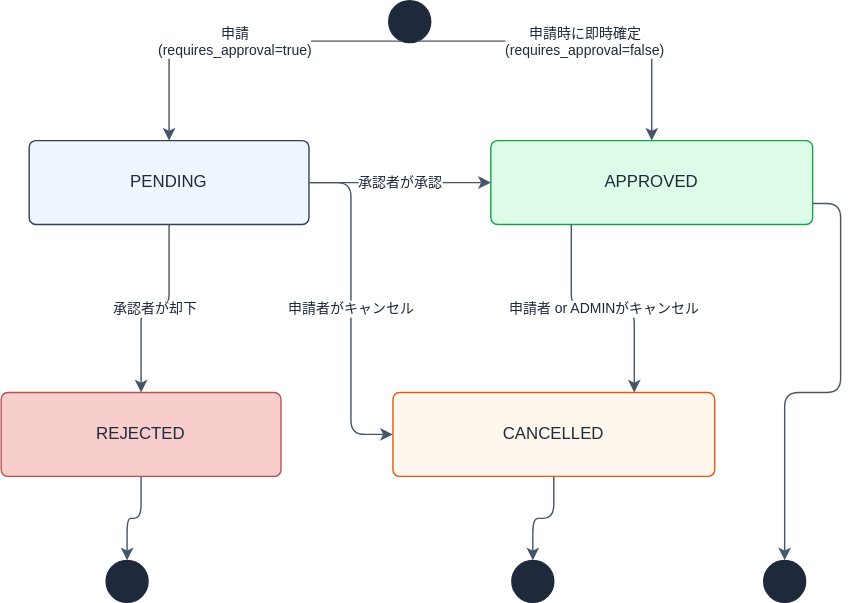
Before: Docs/diagrams/spec/requirements-reservation-status.drawio.svg, a diagram exported from draw.io (CHS-Training-Org/ai_training_for_chuo_system). Source tidied: cells renumbered, new cells last; positions are measured from the earlier drawing's top-left corner, leaving out a move shared by most shapes. Its diagram source:
```xml
<mxGraphModel>
  <root>
    <mxCell id="0" />
    <mxCell id="1" parent="0" />
    <mxCell id="2" style="ellipse;fillColor=#1E293B;strokeColor=#1E293B;" parent="1" vertex="1">
      <mxGeometry x="277" width="30" height="30" as="geometry" />
    </mxCell>
    <mxCell id="3" value="PENDING" style="rounded=1;whiteSpace=wrap;html=1;fillColor=#EFF6FF;strokeColor=#334155;fontColor=#1E293B;arcSize=8;" parent="1" vertex="1">
      <mxGeometry x="20" y="100" width="200" height="60" as="geometry" />
    </mxCell>
    <mxCell id="4" value="APPROVED" style="rounded=1;whiteSpace=wrap;html=1;fillColor=#DCFCE7;strokeColor=#16A34A;fontColor=#1E293B;arcSize=8;" parent="1" vertex="1">
      <mxGeometry x="350" y="100" width="230" height="60" as="geometry" />
    </mxCell>
    <mxCell id="5" value="REJECTED" style="rounded=1;whiteSpace=wrap;html=1;fillColor=#f8cecc;strokeColor=#b85450;fontColor=#1E293B;arcSize=8;" parent="1" vertex="1">
      <mxGeometry y="280" width="200" height="60" as="geometry" />
    </mxCell>
    <mxCell id="6" value="CANCELLED" style="rounded=1;whiteSpace=wrap;html=1;fillColor=#FFF7ED;strokeColor=#EA580C;fontColor=#1E293B;arcSize=8;" parent="1" vertex="1">
      <mxGeometry x="280" y="280" width="230" height="60" as="geometry" />
    </mxCell>
    <mxCell id="7" style="ellipse;fillColor=#1E293B;strokeColor=#1E293B;" parent="1" vertex="1">
      <mxGeometry x="545" y="400" width="30" height="30" as="geometry" />
    </mxCell>
    <mxCell id="8" style="ellipse;fillColor=#1E293B;strokeColor=#1E293B;" parent="1" vertex="1">
      <mxGeometry x="75" y="400" width="30" height="30" as="geometry" />
    </mxCell>
    <mxCell id="9" style="ellipse;fillColor=#1E293B;strokeColor=#1E293B;" parent="1" vertex="1">
      <mxGeometry x="365" y="400" width="30" height="30" as="geometry" />
    </mxCell>
    <mxCell id="10" value="申請&#10;(requires_approval=true)" style="edgeStyle=orthogonalEdgeStyle;rounded=1;jettySize=auto;html=1;strokeColor=#475569;fontColor=#1E293B;fontSize=10;exitX=0.3;exitY=1;exitDx=0;exitDy=0;entryX=0.5;entryY=0;entryDx=0;entryDy=0;" parent="1" edge="1" source="2" target="3">
      <mxGeometry relative="1" as="geometry" />
    </mxCell>
    <mxCell id="11" value="申請時に即時確定&#10;(requires_approval=false)" style="edgeStyle=orthogonalEdgeStyle;rounded=1;jettySize=auto;html=1;strokeColor=#475569;fontColor=#1E293B;fontSize=10;exitX=0.7;exitY=1;exitDx=0;exitDy=0;entryX=0.5;entryY=0;entryDx=0;entryDy=0;" parent="1" edge="1" source="2" target="4">
      <mxGeometry relative="1" as="geometry" />
    </mxCell>
    <mxCell id="12" value="承認者が承認" style="edgeStyle=orthogonalEdgeStyle;rounded=1;jettySize=auto;html=1;strokeColor=#475569;fontColor=#1E293B;fontSize=10;exitX=1;exitY=0.5;exitDx=0;exitDy=0;entryX=0;entryY=0.5;entryDx=0;entryDy=0;" parent="1" edge="1" source="3" target="4">
      <mxGeometry relative="1" as="geometry" />
    </mxCell>
    <mxCell id="13" value="承認者が却下" style="edgeStyle=orthogonalEdgeStyle;rounded=1;jettySize=auto;html=1;strokeColor=#475569;fontColor=#1E293B;fontSize=10;exitX=0.5;exitY=1;exitDx=0;exitDy=0;entryX=0.5;entryY=0;entryDx=0;entryDy=0;" parent="1" edge="1" source="3" target="5">
      <mxGeometry relative="1" as="geometry" />
    </mxCell>
    <mxCell id="14" value="申請者がキャンセル" style="edgeStyle=orthogonalEdgeStyle;rounded=1;jettySize=auto;html=1;strokeColor=#475569;fontColor=#1E293B;fontSize=10;exitX=1;exitY=0.5;exitDx=0;exitDy=0;entryX=0;entryY=0.5;entryDx=0;entryDy=0;" parent="1" edge="1" source="3" target="6">
      <mxGeometry relative="1" as="geometry">
        <Array as="points">
          <mxPoint x="250" y="130" />
          <mxPoint x="250" y="310" />
        </Array>
      </mxGeometry>
    </mxCell>
    <mxCell id="15" value="申請者 or ADMINがキャンセル" style="edgeStyle=orthogonalEdgeStyle;rounded=1;jettySize=auto;html=1;strokeColor=#475569;fontColor=#1E293B;fontSize=10;exitX=0.25;exitY=1;exitDx=0;exitDy=0;entryX=0.75;entryY=0;entryDx=0;entryDy=0;" parent="1" edge="1" source="4" target="6">
      <mxGeometry relative="1" as="geometry" />
    </mxCell>
    <mxCell id="16" style="edgeStyle=orthogonalEdgeStyle;rounded=1;jettySize=auto;html=1;strokeColor=#475569;exitX=1;exitY=0.75;exitDx=0;exitDy=0;entryX=0.5;entryY=0;entryDx=0;entryDy=0;" parent="1" edge="1" source="4" target="7">
      <mxGeometry relative="1" as="geometry" />
    </mxCell>
    <mxCell id="17" style="edgeStyle=orthogonalEdgeStyle;rounded=1;jettySize=auto;html=1;strokeColor=#475569;exitX=0.5;exitY=1;exitDx=0;exitDy=0;entryX=0.5;entryY=0;entryDx=0;entryDy=0;" parent="1" edge="1" source="5" target="8">
      <mxGeometry relative="1" as="geometry" />
    </mxCell>
    <mxCell id="18" style="edgeStyle=orthogonalEdgeStyle;rounded=1;jettySize=auto;html=1;strokeColor=#475569;exitX=0.5;exitY=1;exitDx=0;exitDy=0;entryX=0.5;entryY=0;entryDx=0;entryDy=0;" parent="1" edge="1" source="6" target="9">
      <mxGeometry relative="1" as="geometry" />
    </mxCell>
  </root>
</mxGraphModel>
```
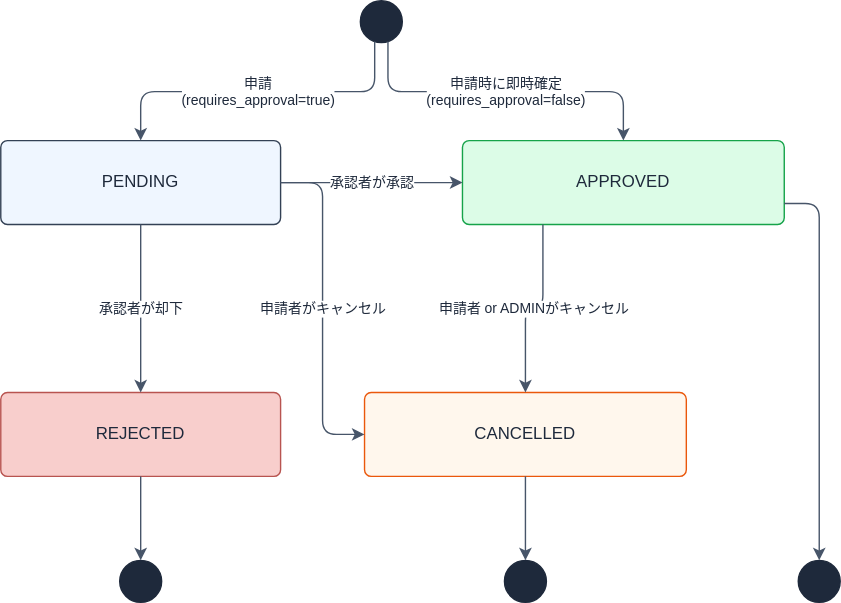
Later version of the same file.

Commit message:
fix(diagrams): 予約ステータス遷移図のノード間隔を調整

REJECTED/CANCELLEDおよび終了状態ノードの位置を微調整し、視認性を改善。

Diff of the diagram source:
```diff
@@ -12,19 +12,19 @@
       <mxGeometry x="350" y="100" width="230" height="60" as="geometry" />
     </mxCell>
     <mxCell id="5" value="REJECTED" style="rounded=1;whiteSpace=wrap;html=1;fillColor=#f8cecc;strokeColor=#b85450;fontColor=#1E293B;arcSize=8;" parent="1" vertex="1">
-      <mxGeometry y="280" width="200" height="60" as="geometry" />
+      <mxGeometry x="20" y="280" width="200" height="60" as="geometry" />
     </mxCell>
     <mxCell id="6" value="CANCELLED" style="rounded=1;whiteSpace=wrap;html=1;fillColor=#FFF7ED;strokeColor=#EA580C;fontColor=#1E293B;arcSize=8;" parent="1" vertex="1">
       <mxGeometry x="280" y="280" width="230" height="60" as="geometry" />
     </mxCell>
     <mxCell id="7" style="ellipse;fillColor=#1E293B;strokeColor=#1E293B;" parent="1" vertex="1">
-      <mxGeometry x="545" y="400" width="30" height="30" as="geometry" />
+      <mxGeometry x="590" y="400" width="30" height="30" as="geometry" />
     </mxCell>
     <mxCell id="8" style="ellipse;fillColor=#1E293B;strokeColor=#1E293B;" parent="1" vertex="1">
-      <mxGeometry x="75" y="400" width="30" height="30" as="geometry" />
+      <mxGeometry x="105" y="400" width="30" height="30" as="geometry" />
     </mxCell>
     <mxCell id="9" style="ellipse;fillColor=#1E293B;strokeColor=#1E293B;" parent="1" vertex="1">
-      <mxGeometry x="365" y="400" width="30" height="30" as="geometry" />
+      <mxGeometry x="380" y="400" width="30" height="30" as="geometry" />
     </mxCell>
     <mxCell id="10" value="申請&#10;(requires_approval=true)" style="edgeStyle=orthogonalEdgeStyle;rounded=1;jettySize=auto;html=1;strokeColor=#475569;fontColor=#1E293B;fontSize=10;exitX=0.3;exitY=1;exitDx=0;exitDy=0;entryX=0.5;entryY=0;entryDx=0;entryDy=0;" parent="1" edge="1" source="2" target="3">
       <mxGeometry relative="1" as="geometry" />
@@ -46,7 +46,7 @@
         </Array>
       </mxGeometry>
     </mxCell>
-    <mxCell id="15" value="申請者 or ADMINがキャンセル" style="edgeStyle=orthogonalEdgeStyle;rounded=1;jettySize=auto;html=1;strokeColor=#475569;fontColor=#1E293B;fontSize=10;exitX=0.25;exitY=1;exitDx=0;exitDy=0;entryX=0.75;entryY=0;entryDx=0;entryDy=0;" parent="1" edge="1" source="4" target="6">
+    <mxCell id="15" value="申請者 or ADMINがキャンセル" style="edgeStyle=orthogonalEdgeStyle;rounded=1;jettySize=auto;html=1;strokeColor=#475569;fontColor=#1E293B;fontSize=10;exitX=0.25;exitY=1;exitDx=0;exitDy=0;entryX=0.5;entryY=0;entryDx=0;entryDy=0;" parent="1" edge="1" source="4" target="6">
       <mxGeometry relative="1" as="geometry" />
     </mxCell>
     <mxCell id="16" style="edgeStyle=orthogonalEdgeStyle;rounded=1;jettySize=auto;html=1;strokeColor=#475569;exitX=1;exitY=0.75;exitDx=0;exitDy=0;entryX=0.5;entryY=0;entryDx=0;entryDy=0;" parent="1" edge="1" source="4" target="7">
```
